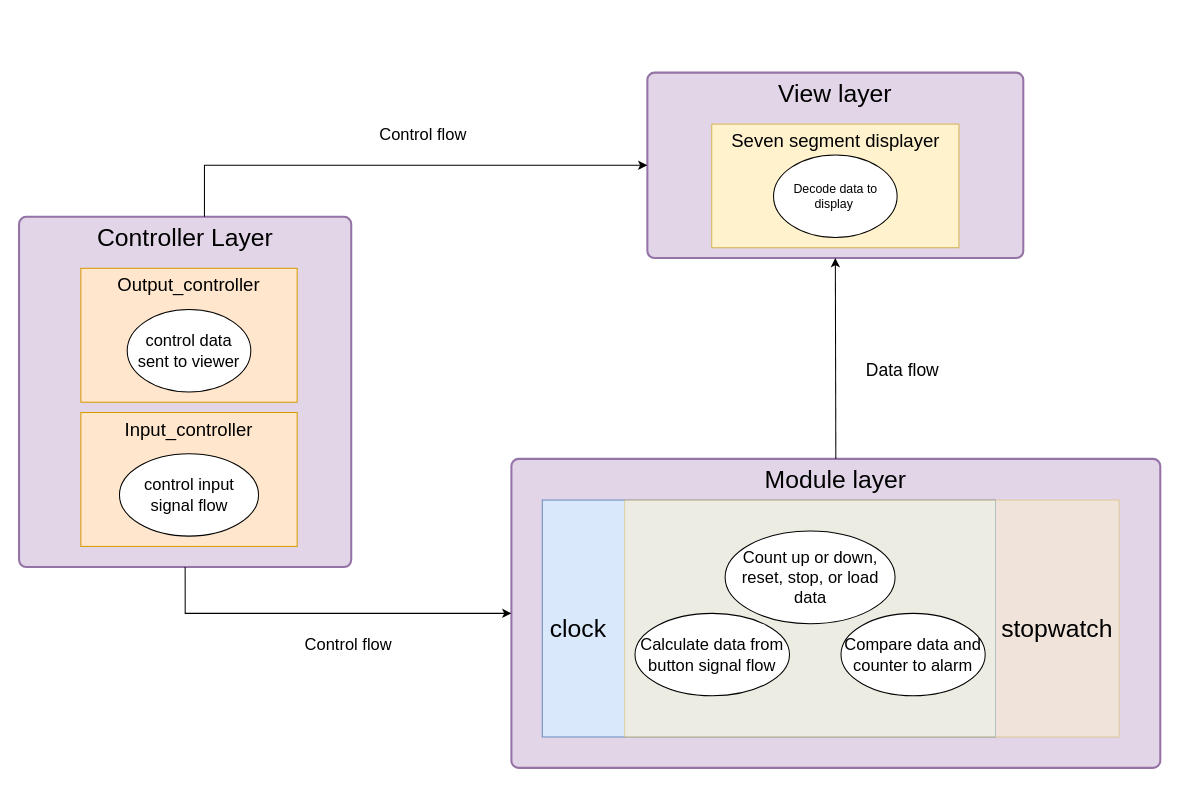
Above: Diagrams/Assignment1_system_architecture.drawio in 1102131860/EEE339 (draw.io), before the change. Source tidied: cells renumbered, new cells numbered last; positions are measured from the earlier drawing's top-left corner, leaving out a move shared by most shapes. Both pictures are drawn from the tidied source at 103%, with x=0, y=0 at pixel (19, 72).
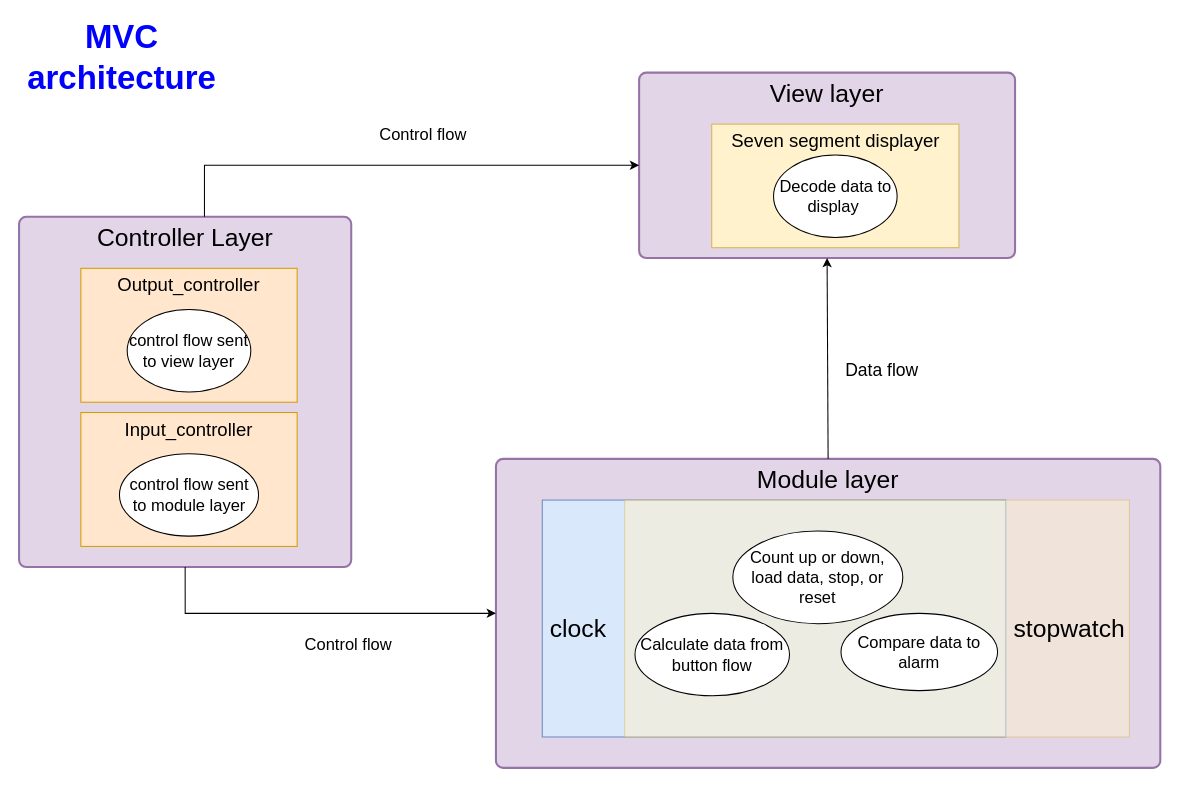
The same diagram, later.

Unchanged cells that the change refers to:
```xml
<mxCell id="5" style="group;" parent="1" vertex="1">
  <mxGeometry x="60" y="330" width="210" height="130" as="geometry" />
</mxCell>
<mxCell id="8" style="group;" parent="1" vertex="1">
  <mxGeometry x="60" y="190" width="210" height="130" as="geometry" />
</mxCell>
<mxCell id="11" style="group;" parent="1" vertex="1">
  <mxGeometry x="498" y="415" width="580" height="230" as="geometry" />
</mxCell>
```

What changed in the source:
```diff
@@
     <mxCell id="3" value="&lt;font style=&quot;font-size: 24px;&quot;&gt;Module layer&lt;/font&gt;" style="rounded=1;whiteSpace=wrap;html=1;absoluteArcSize=1;arcSize=14;strokeWidth=2;verticalAlign=top;fillColor=#e1d5e7;strokeColor=#9673a6;" parent="1" vertex="1">
-      <mxGeometry x="478" y="375" width="630" height="300" as="geometry" />
+      <mxGeometry x="463" y="375" width="645" height="300" as="geometry" />
     </mxCell>
     <mxCell id="4" value="&lt;font style=&quot;font-size: 24px;&quot;&gt;View layer&lt;/font&gt;" style="rounded=1;whiteSpace=wrap;html=1;absoluteArcSize=1;arcSize=14;strokeWidth=2;verticalAlign=top;fillColor=#e1d5e7;strokeColor=#9673a6;" parent="1" vertex="1">
-      <mxGeometry x="610" width="365" height="180" as="geometry" />
+      <mxGeometry x="602" width="365" height="180" as="geometry" />
     </mxCell>
@@
-    <mxCell id="7" value="&lt;font style=&quot;font-size: 16px;&quot;&gt;control input signal flow&lt;/font&gt;" style="ellipse;whiteSpace=wrap;html=1;" parent="5" vertex="1">
+    <mxCell id="7" value="&lt;font style=&quot;font-size: 16px;&quot;&gt;control flow sent to module layer&lt;/font&gt;" style="ellipse;whiteSpace=wrap;html=1;" parent="5" vertex="1">
       <mxGeometry x="37.5" y="40" width="135" height="80" as="geometry" />
     </mxCell>
@@
-    <mxCell id="10" value="&lt;font style=&quot;font-size: 16px;&quot;&gt;control data sent to viewer&lt;/font&gt;" style="ellipse;whiteSpace=wrap;html=1;" parent="8" vertex="1">
+    <mxCell id="10" value="&lt;font style=&quot;font-size: 16px;&quot;&gt;control flow sent to view layer&lt;/font&gt;" style="ellipse;whiteSpace=wrap;html=1;" parent="8" vertex="1">
       <mxGeometry x="45" y="40" width="120" height="80" as="geometry" />
     </mxCell>
@@
     <mxCell id="12" style="rounded=0;whiteSpace=wrap;html=1;fillColor=#dae8fc;strokeColor=#6c8ebf;" parent="11" vertex="1">
-      <mxGeometry x="10" width="440" height="230" as="geometry" />
+      <mxGeometry x="10" width="450" height="230" as="geometry" />
     </mxCell>
     <mxCell id="13" style="rounded=0;whiteSpace=wrap;html=1;fillColor=#fff2cc;strokeColor=#d6b656;opacity=50;" parent="11" vertex="1">
-      <mxGeometry x="90" width="480" height="230" as="geometry" />
+      <mxGeometry x="90" width="490" height="230" as="geometry" />
     </mxCell>
-    <mxCell id="14" value="&lt;font style=&quot;font-size: 16px;&quot;&gt;Count up or down, reset, stop, or load data&lt;/font&gt;" style="ellipse;whiteSpace=wrap;html=1;fillColor=default;" parent="11" vertex="1">
-      <mxGeometry x="187.5" y="30" width="165" height="90" as="geometry" />
+    <mxCell id="14" value="&lt;font style=&quot;font-size: 16px;&quot;&gt;Count up or down, load data, stop, or reset&lt;/font&gt;" style="ellipse;whiteSpace=wrap;html=1;fillColor=default;" parent="11" vertex="1">
+      <mxGeometry x="195" y="30" width="165" height="90" as="geometry" />
     </mxCell>
-    <mxCell id="15" value="&lt;font style=&quot;font-size: 16px;&quot;&gt;Calculate data from button signal flow&lt;/font&gt;" style="ellipse;whiteSpace=wrap;html=1;" parent="11" vertex="1">
+    <mxCell id="15" value="&lt;font style=&quot;font-size: 16px;&quot;&gt;Calculate data from button flow&lt;/font&gt;" style="ellipse;whiteSpace=wrap;html=1;" parent="11" vertex="1">
       <mxGeometry x="100" y="110" width="150" height="80" as="geometry" />
     </mxCell>
-    <mxCell id="16" value="&lt;font style=&quot;font-size: 16px;&quot;&gt;Compare data and counter to alarm&lt;/font&gt;" style="ellipse;whiteSpace=wrap;html=1;" parent="11" vertex="1">
-      <mxGeometry x="300" y="110" width="140" height="80" as="geometry" />
+    <mxCell id="16" value="&lt;font style=&quot;font-size: 16px;&quot;&gt;Compare data to alarm&lt;/font&gt;" style="ellipse;whiteSpace=wrap;html=1;" parent="11" vertex="1">
+      <mxGeometry x="300" y="110" width="152" height="75" as="geometry" />
     </mxCell>
@@
     <mxCell id="18" value="&lt;font style=&quot;font-size: 24px;&quot;&gt;stopwatch&lt;/font&gt;" style="text;html=1;strokeColor=none;fillColor=none;align=center;verticalAlign=middle;whiteSpace=wrap;rounded=0;" parent="11" vertex="1">
-      <mxGeometry x="440" y="95" width="140" height="60" as="geometry" />
+      <mxGeometry x="452" y="95" width="140" height="60" as="geometry" />
     </mxCell>
@@
-    <mxCell id="20" value="Decode data to display&amp;nbsp;" style="ellipse;whiteSpace=wrap;html=1;" parent="1" vertex="1">
+    <mxCell id="20" value="&lt;font style=&quot;font-size: 16px;&quot;&gt;Decode data to display&amp;nbsp;&lt;/font&gt;" style="ellipse;whiteSpace=wrap;html=1;" parent="1" vertex="1">
       <mxGeometry x="732.5" y="80" width="120" height="80" as="geometry" />
     </mxCell>
@@
     <mxCell id="24" value="&lt;font style=&quot;font-size: 17px;&quot;&gt;Data flow&lt;/font&gt;" style="text;html=1;strokeColor=none;fillColor=none;align=center;verticalAlign=middle;whiteSpace=wrap;rounded=0;rotation=0;" parent="1" vertex="1">
-      <mxGeometry x="802.5" y="260" width="110" height="60" as="geometry" />
+      <mxGeometry x="783" y="260" width="110" height="60" as="geometry" />
     </mxCell>
@@
+    <mxCell id="27" value="&lt;font color=&quot;#0000ff&quot; style=&quot;font-size: 32px;&quot;&gt;&lt;b&gt;MVC architecture&lt;/b&gt;&lt;/font&gt;" style="text;html=1;strokeColor=none;fillColor=none;align=center;verticalAlign=middle;whiteSpace=wrap;rounded=0;" parent="1" vertex="1">
+      <mxGeometry y="-50" width="200" height="70" as="geometry" />
+    </mxCell>
```
